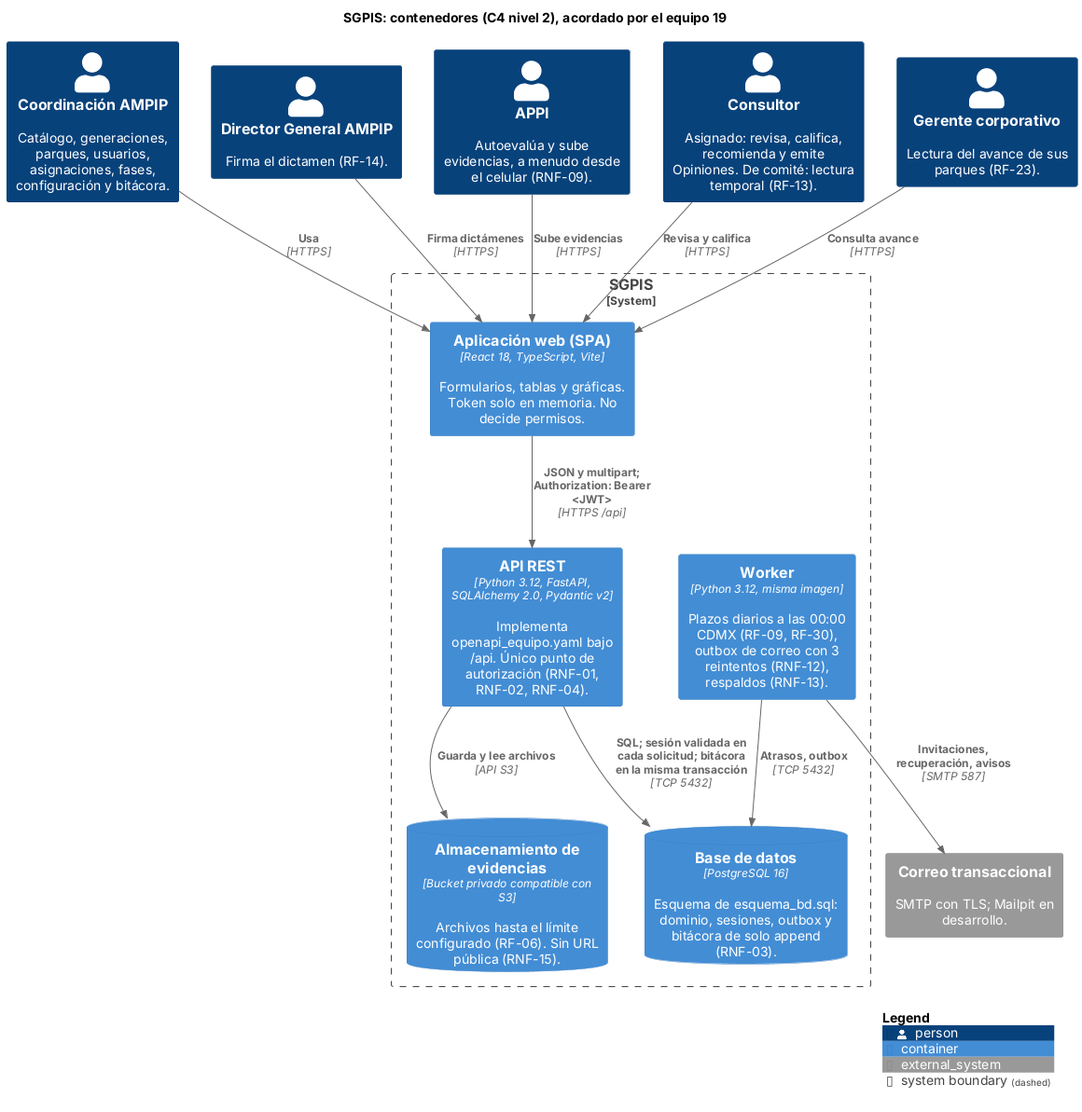
This is S05_S06_A1/imagenes/arquitectura_contenedores.png from CLA-TC5062-SN2026/Equipo19, a PlantUML export, as it was before one commit. The source it was exported from:
```plantuml
@startuml arquitectura_contenedores
!include <C4/C4_Container>
title SGPIS: contenedores (C4 nivel 2), acordado por el equipo 19
LAYOUT_TOP_DOWN()

Person(coord, "Coordinación AMPIP", "Catálogo, generaciones, parques, usuarios, asignaciones, fases, configuración y bitácora.")
Person(dg, "Director General AMPIP", "Firma el dictamen (RF-14).")
Person(appi, "APPI", "Autoevalúa y sube evidencias, a menudo desde el celular (RNF-09).")
Person(consultor, "Consultor", "Asignado: revisa, califica, recomienda y emite Opiniones. De comité: lectura temporal (RF-13).")
Person(corp, "Gerente corporativo", "Lectura del avance de sus parques (RF-23).")

System_Boundary(sgpis, "SGPIS") {
  Container(spa, "Aplicación web (SPA)", "React 18, TypeScript, Vite", "Formularios, tablas y gráficas. Token solo en memoria. No decide permisos.")
  Container(api, "API REST", "Python 3.12, FastAPI, SQLAlchemy 2.0, Pydantic v2", "Implementa openapi_equipo.yaml bajo /api. Único punto de autorización (RNF-01, RNF-02, RNF-04).")
  Container(worker, "Worker", "Python 3.12, misma imagen", "Plazos diarios a las 00:00 CDMX (RF-09, RF-30), outbox de correo con 3 reintentos (RNF-12), respaldos (RNF-13).")
  ContainerDb(db, "Base de datos", "PostgreSQL 16", "Esquema de esquema_bd.sql: dominio, sesiones, outbox y bitácora de solo append (RNF-03).")
  ContainerDb(objetos, "Almacenamiento de evidencias", "Bucket privado compatible con S3", "Archivos hasta el límite configurado (RF-06). Sin URL pública (RNF-15).")
}
System_Ext(correo, "Correo transaccional", "SMTP con TLS; Mailpit en desarrollo.")

Rel(coord, spa, "Usa", "HTTPS")
Rel(dg, spa, "Firma dictámenes", "HTTPS")
Rel(appi, spa, "Sube evidencias", "HTTPS")
Rel(consultor, spa, "Revisa y califica", "HTTPS")
Rel(corp, spa, "Consulta avance", "HTTPS")
Rel(spa, api, "JSON y multipart; Authorization: Bearer <JWT>", "HTTPS /api")
Rel(api, db, "SQL; sesión validada en cada solicitud; bitácora en la misma transacción", "TCP 5432")
Rel(api, objetos, "Guarda y lee archivos", "API S3")
Rel(worker, db, "Atrasos, outbox", "TCP 5432")
Rel(worker, correo, "Invitaciones, recuperación, avisos", "SMTP 587")
SHOW_LEGEND()
@enduml
```
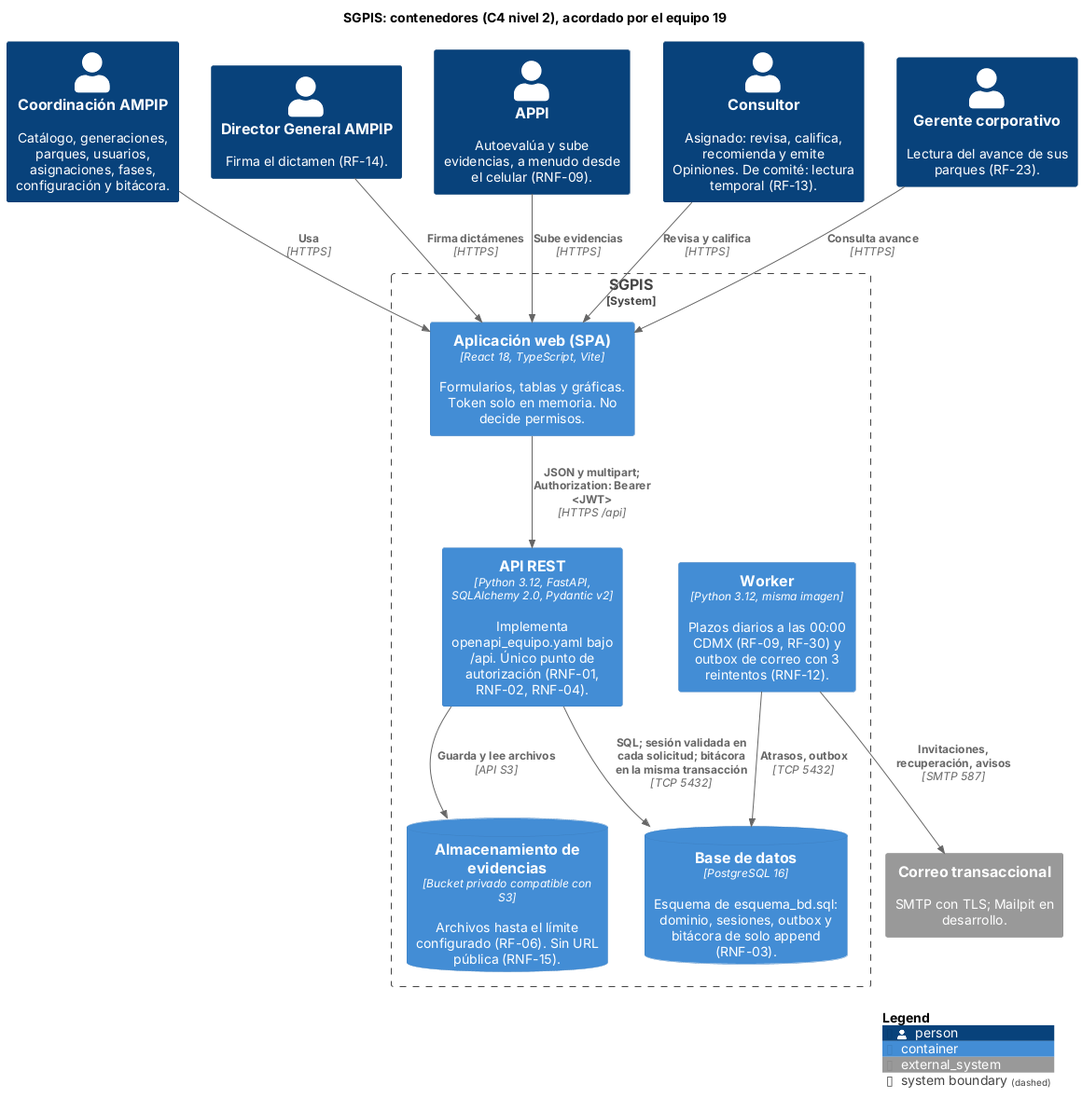
Later version of the same file.

Diff of the diagram source:
```diff
@@ -12,7 +12,7 @@
 System_Boundary(sgpis, "SGPIS") {
   Container(spa, "Aplicación web (SPA)", "React 18, TypeScript, Vite", "Formularios, tablas y gráficas. Token solo en memoria. No decide permisos.")
   Container(api, "API REST", "Python 3.12, FastAPI, SQLAlchemy 2.0, Pydantic v2", "Implementa openapi_equipo.yaml bajo /api. Único punto de autorización (RNF-01, RNF-02, RNF-04).")
-  Container(worker, "Worker", "Python 3.12, misma imagen", "Plazos diarios a las 00:00 CDMX (RF-09, RF-30), outbox de correo con 3 reintentos (RNF-12), respaldos (RNF-13).")
+  Container(worker, "Worker", "Python 3.12, misma imagen", "Plazos diarios a las 00:00 CDMX (RF-09, RF-30) y outbox de correo con 3 reintentos (RNF-12).")
   ContainerDb(db, "Base de datos", "PostgreSQL 16", "Esquema de esquema_bd.sql: dominio, sesiones, outbox y bitácora de solo append (RNF-03).")
   ContainerDb(objetos, "Almacenamiento de evidencias", "Bucket privado compatible con S3", "Archivos hasta el límite configurado (RF-06). Sin URL pública (RNF-15).")
 }
```
